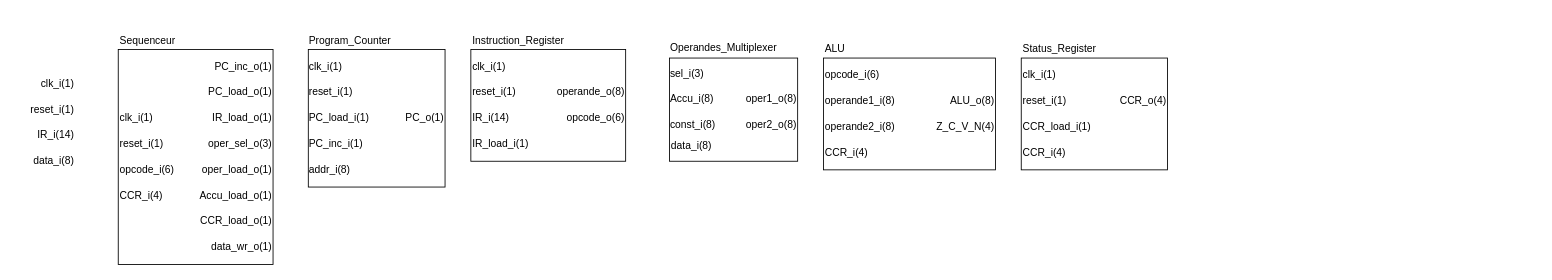
Before: _documents/schemas/nanoProcesseur.drawio in catabozan/sysnum-applique, a draw.io diagram. Source tidied: cells renumbered, new cells numbered last; positions are measured from the earlier drawing's top-left corner, leaving out a move shared by most shapes. Both pictures are drawn from the tidied source at 86%, with x=0, y=0 at pixel (15, 32).
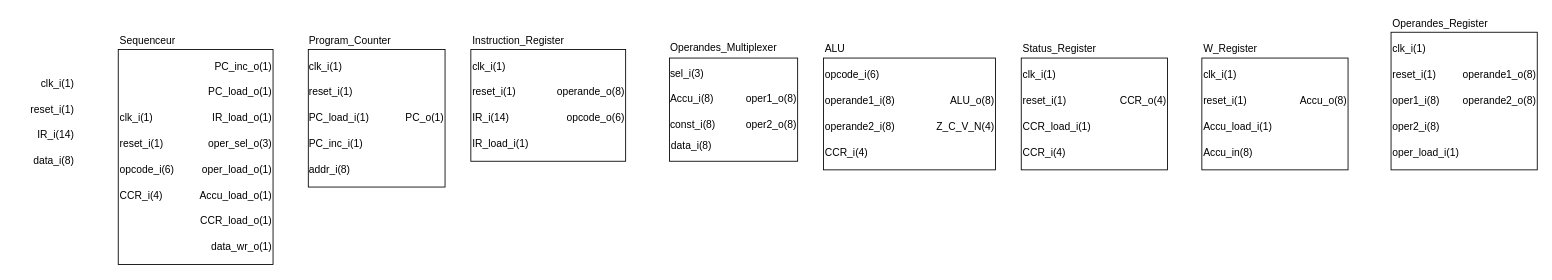
Above is the later version.

Commit message:
docs: do all components of nanoProcessor

What changed in the source:
```diff
@@
+    <mxCell id="65" style="group;" parent="1" vertex="1">
+      <mxGeometry x="1380" y="10" width="170" height="150" as="geometry" />
+    </mxCell>
+    <mxCell id="66" style="whiteSpace=wrap;html=1;" parent="65" vertex="1">
+      <mxGeometry y="20" width="170" height="130" as="geometry" />
+    </mxCell>
+    <mxCell id="67" value="clk_i(1)" style="text;html=1;align=left;verticalAlign=middle;strokeColor=none;fillColor=none;" parent="65" vertex="1">
+      <mxGeometry y="30" width="50" height="20" as="geometry" />
+    </mxCell>
+    <mxCell id="68" value="reset_i(1)" style="text;html=1;align=left;verticalAlign=middle;strokeColor=none;fillColor=none;" parent="65" vertex="1">
+      <mxGeometry y="60" width="60" height="20" as="geometry" />
+    </mxCell>
+    <mxCell id="69" value="Accu_load_i(1)" style="text;html=1;align=left;verticalAlign=middle;strokeColor=none;fillColor=none;" parent="65" vertex="1">
+      <mxGeometry y="90" width="90" height="20" as="geometry" />
+    </mxCell>
+    <mxCell id="70" value="Accu_in(8)" style="text;html=1;align=left;verticalAlign=middle;strokeColor=none;fillColor=none;" parent="65" vertex="1">
+      <mxGeometry y="120" width="60" height="20" as="geometry" />
+    </mxCell>
+    <mxCell id="71" value="Accu_o(8)" style="text;html=1;align=right;verticalAlign=middle;strokeColor=none;fillColor=none;" parent="65" vertex="1">
+      <mxGeometry x="110" y="60" width="60" height="20" as="geometry" />
+    </mxCell>
+    <mxCell id="72" value="W_Register" style="text;html=1;align=left;verticalAlign=middle;strokeColor=none;fillColor=none;" parent="65" vertex="1">
+      <mxGeometry width="100" height="20" as="geometry" />
+    </mxCell>
+    <mxCell id="73" style="group;" parent="1" vertex="1">
+      <mxGeometry x="1600" y="-20" width="170" height="180" as="geometry" />
+    </mxCell>
+    <mxCell id="74" style="whiteSpace=wrap;html=1;" parent="73" vertex="1">
+      <mxGeometry y="20" width="170" height="160" as="geometry" />
+    </mxCell>
+    <mxCell id="75" value="clk_i(1)" style="text;html=1;align=left;verticalAlign=middle;strokeColor=none;fillColor=none;" parent="73" vertex="1">
+      <mxGeometry y="30" width="50" height="20" as="geometry" />
+    </mxCell>
+    <mxCell id="76" value="reset_i(1)" style="text;html=1;align=left;verticalAlign=middle;strokeColor=none;fillColor=none;" parent="73" vertex="1">
+      <mxGeometry y="60" width="60" height="20" as="geometry" />
+    </mxCell>
+    <mxCell id="77" value="oper1_i(8)" style="text;html=1;align=left;verticalAlign=middle;strokeColor=none;fillColor=none;" parent="73" vertex="1">
+      <mxGeometry y="90" width="60" height="20" as="geometry" />
+    </mxCell>
+    <mxCell id="78" value="oper2_i(8)" style="text;html=1;align=left;verticalAlign=middle;strokeColor=none;fillColor=none;" parent="73" vertex="1">
+      <mxGeometry y="120" width="60" height="20" as="geometry" />
+    </mxCell>
+    <mxCell id="79" value="operande1_o(8)" style="text;html=1;align=right;verticalAlign=middle;strokeColor=none;fillColor=none;" parent="73" vertex="1">
+      <mxGeometry x="80" y="60" width="90" height="20" as="geometry" />
+    </mxCell>
+    <mxCell id="80" value="Operandes_Register" style="text;html=1;align=left;verticalAlign=middle;strokeColor=none;fillColor=none;" parent="73" vertex="1">
+      <mxGeometry width="130" height="20" as="geometry" />
+    </mxCell>
+    <mxCell id="81" value="oper_load_i(1)" style="text;html=1;align=left;verticalAlign=middle;strokeColor=none;fillColor=none;" parent="73" vertex="1">
+      <mxGeometry y="150" width="90" height="20" as="geometry" />
+    </mxCell>
+    <mxCell id="82" value="operande2_o(8)" style="text;html=1;align=right;verticalAlign=middle;strokeColor=none;fillColor=none;" parent="73" vertex="1">
+      <mxGeometry x="80" y="90" width="90" height="20" as="geometry" />
+    </mxCell>
```
